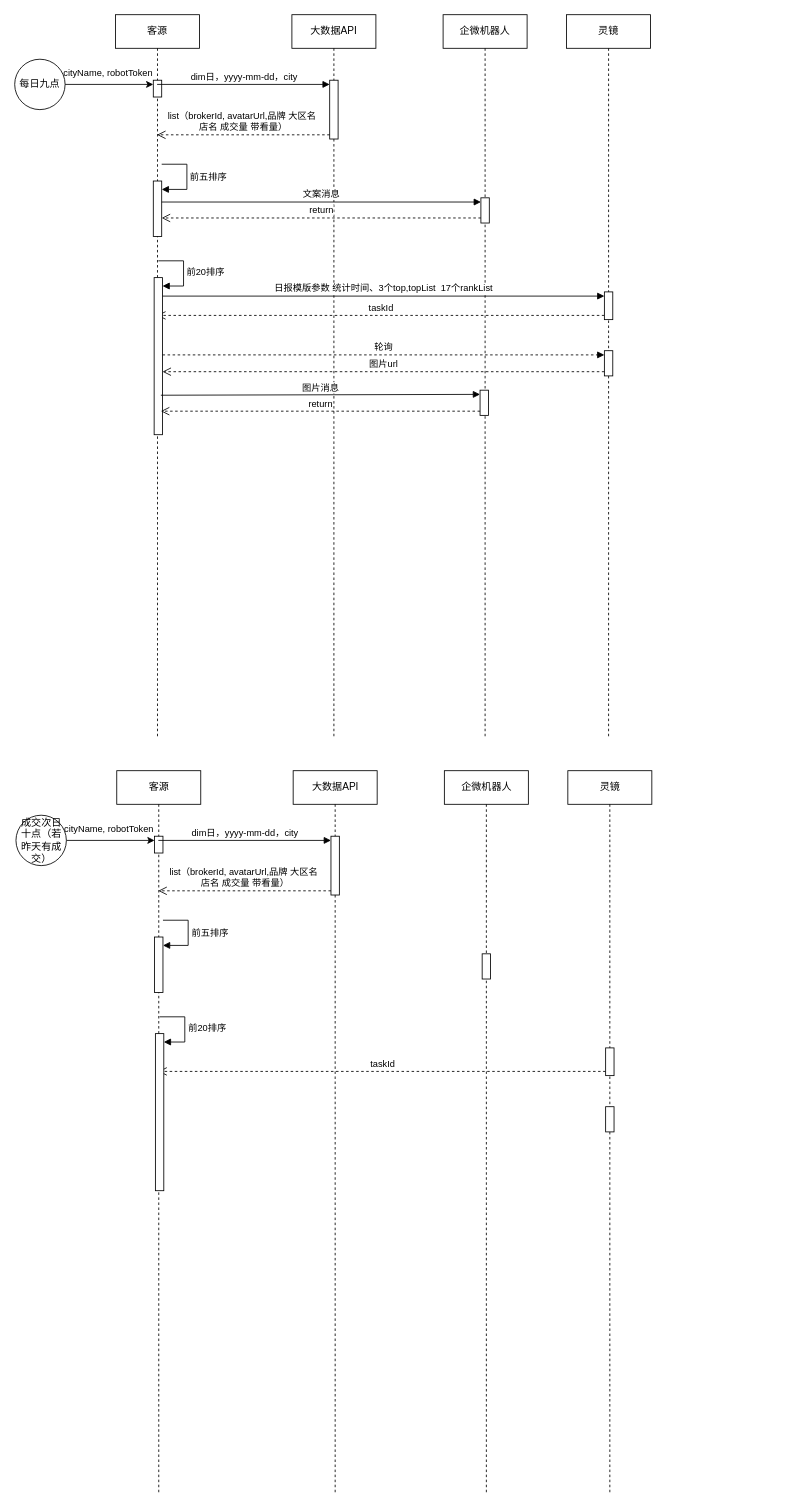
Before: 喜报迭代.drawio in SmellyTrotter/draw.io, a draw.io diagram. Source tidied: cells renumbered, new cells numbered last; positions are measured from the earlier drawing's top-left corner, leaving out a move shared by most shapes. Both pictures are drawn from the tidied source at 84%, with x=0, y=0 at pixel (14, 14).
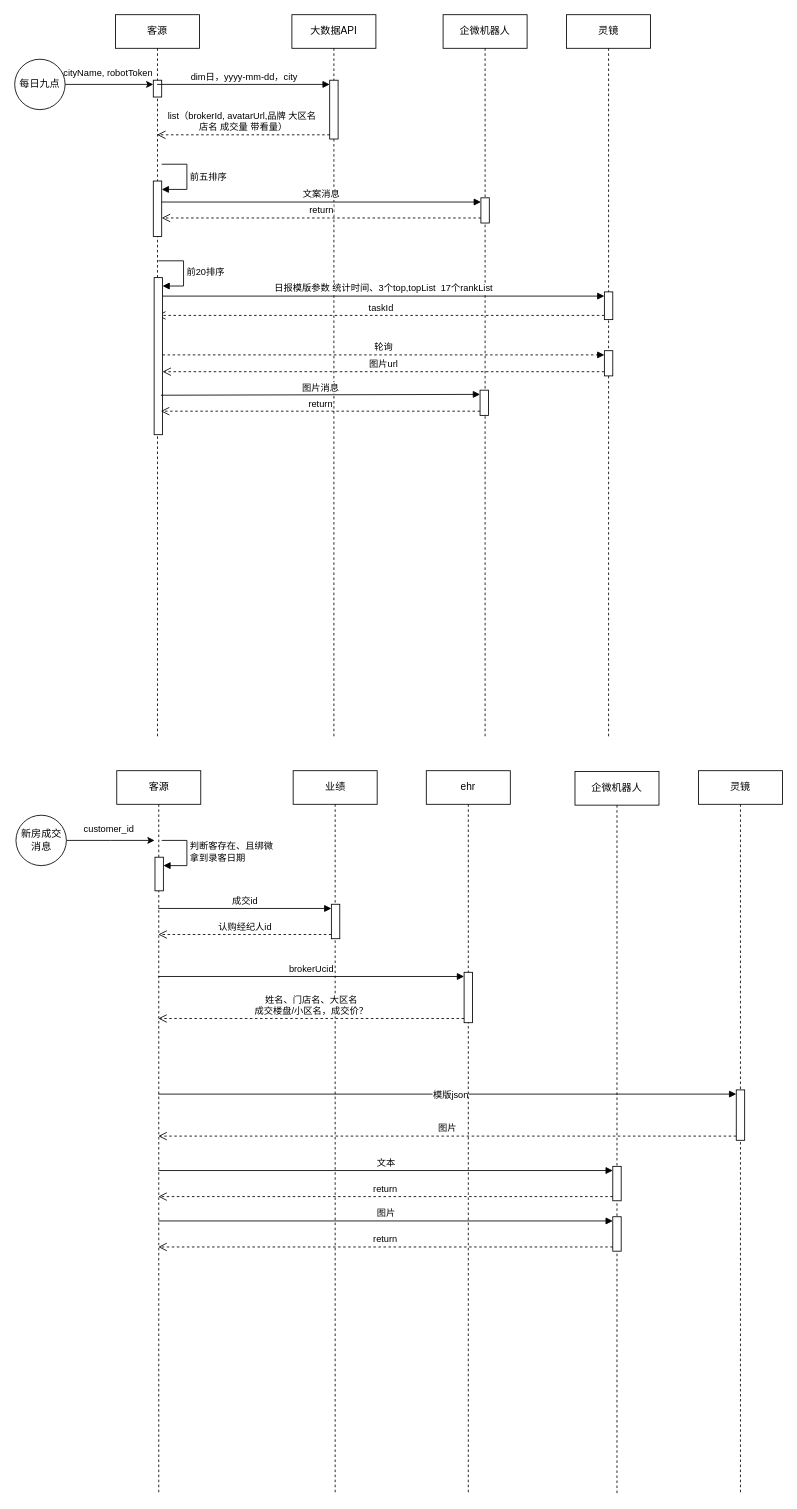
The same diagram, later.

Commit message:
更新喜报迭代.drawio

Unchanged cells that the change refers to:
```xml
<mxCell id="37" value="客源" style="shape=umlLifeline;perimeter=lifelinePerimeter;whiteSpace=wrap;html=1;outlineConnect=0;portConstraint=eastwest;newEdgeStyle={&quot;curved&quot;:0,&quot;rounded&quot;:0};" parent="1" vertex="1">
  <mxGeometry x="121.5" y="900" width="100" height="860" as="geometry" />
</mxCell>
```

What changed in the source:
```diff
@@
-    <mxCell id="29" style="edgeStyle=orthogonalEdgeStyle;rounded=0;jettySize=auto;html=1;entryX=0;entryY=0;entryDx=0;entryDy=5;entryPerimeter=0;" parent="1" edge="1" source="31" target="38">
-      <mxGeometry relative="1" as="geometry" />
+    <mxCell id="29" style="edgeStyle=orthogonalEdgeStyle;rounded=0;jettySize=auto;html=1;entryX=0;entryY=0;entryDx=0;entryDy=5;entryPerimeter=0;" parent="1" edge="1" source="31">
+      <mxGeometry relative="1" as="geometry">
+        <mxPoint x="166.5" y="983" as="targetPoint" />
+      </mxGeometry>
     </mxCell>
-    <mxCell id="30" value="cityName, robotToken" style="edgeLabel;html=1;align=center;verticalAlign=middle;" parent="29" vertex="1">
+    <mxCell id="30" value="customer_id" style="edgeLabel;html=1;align=center;verticalAlign=middle;" parent="29" vertex="1">
       <mxGeometry x="-0.47" relative="1" as="geometry">
         <mxPoint x="22" y="-15" as="offset" />
       </mxGeometry>
     </mxCell>
-    <mxCell id="31" value="成交次日十点（若昨天有成交）" style="ellipse;whiteSpace=wrap;html=1;" parent="1" vertex="1">
+    <mxCell id="31" value="新房成交消息" style="ellipse;whiteSpace=wrap;html=1;" parent="1" vertex="1">
       <mxGeometry x="1.5" y="953" width="60" height="60" as="geometry" />
     </mxCell>
-    <mxCell id="32" value="大数据API" style="shape=umlLifeline;perimeter=lifelinePerimeter;whiteSpace=wrap;html=1;newEdgeStyle={&quot;curved&quot;:0,&quot;rounded&quot;:0};" parent="1" vertex="1">
+    <mxCell id="32" value="业绩" style="shape=umlLifeline;perimeter=lifelinePerimeter;whiteSpace=wrap;html=1;newEdgeStyle={&quot;curved&quot;:0,&quot;rounded&quot;:0};" parent="1" vertex="1">
       <mxGeometry x="331.5" y="900" width="100" height="860" as="geometry" />
     </mxCell>
-    <mxCell id="33" style="html=1;points=[[0,0,0,0,5],[0,1,0,0,-5],[1,0,0,0,5],[1,1,0,0,-5]];perimeter=orthogonalPerimeter;outlineConnect=0;targetShapes=umlLifeline;portConstraint=eastwest;newEdgeStyle={&quot;curved&quot;:0,&quot;rounded&quot;:0};" parent="32" vertex="1">
-      <mxGeometry x="45" y="78" width="10" height="70" as="geometry" />
-    </mxCell>
+    <mxCell id="48" style="html=1;points=[[0,0,0,0,5],[0,1,0,0,-5],[1,0,0,0,5],[1,1,0,0,-5]];perimeter=orthogonalPerimeter;outlineConnect=0;targetShapes=umlLifeline;portConstraint=eastwest;newEdgeStyle={&quot;curved&quot;:0,&quot;rounded&quot;:0};" parent="32" vertex="1">
+      <mxGeometry x="45.5" y="159" width="10" height="41" as="geometry" />
+    </mxCell>
     <mxCell id="34" value="企微机器人" style="shape=umlLifeline;perimeter=lifelinePerimeter;whiteSpace=wrap;html=1;newEdgeStyle={&quot;curved&quot;:0,&quot;rounded&quot;:0};" parent="1" vertex="1">
-      <mxGeometry x="511.5" y="900" width="100" height="860" as="geometry" />
+      <mxGeometry x="667" y="901" width="100" height="860" as="geometry" />
     </mxCell>
-    <mxCell id="35" style="html=1;perimeter=orthogonalPerimeter;targetShapes=umlLifeline;newEdgeStyle={&quot;curved&quot;:0,&quot;rounded&quot;:0};" parent="34" vertex="1">
-      <mxGeometry x="45" y="218" width="10" height="30" as="geometry" />
-    </mxCell>
-    <mxCell id="36" value="taskId" style="html=1;verticalAlign=bottom;endArrow=open;dashed=1;endSize=8;curved=0;rounded=0;exitX=0;exitY=1;exitDx=0;exitDy=-5;" parent="34" edge="1" source="46">
-      <mxGeometry relative="1" as="geometry">
-        <mxPoint x="-340.5" y="358" as="targetPoint" />
-      </mxGeometry>
-    </mxCell>
@@
-    <mxCell id="38" style="html=1;points=[[0,0,0,0,5],[0,1,0,0,-5],[1,0,0,0,5],[1,1,0,0,-5]];perimeter=orthogonalPerimeter;outlineConnect=0;targetShapes=umlLifeline;portConstraint=eastwest;newEdgeStyle={&quot;curved&quot;:0,&quot;rounded&quot;:0};" parent="37" vertex="1">
-      <mxGeometry x="45" y="78" width="10" height="20" as="geometry" />
-    </mxCell>
-    <mxCell id="39" style="html=1;points=[[0,0,0,0,5],[0,1,0,0,-5],[1,0,0,0,5],[1,1,0,0,-5]];perimeter=orthogonalPerimeter;outlineConnect=0;targetShapes=umlLifeline;portConstraint=eastwest;newEdgeStyle={&quot;curved&quot;:0,&quot;rounded&quot;:0};" parent="37" vertex="1">
-      <mxGeometry x="45" y="198" width="10" height="66" as="geometry" />
-    </mxCell>
-    <mxCell id="40" value="前五排序" style="html=1;align=left;spacingLeft=2;endArrow=block;rounded=0;edgeStyle=orthogonalEdgeStyle;curved=0;rounded=0;" parent="37" edge="1" target="39">
-      <mxGeometry relative="1" as="geometry">
-        <mxPoint x="55" y="178" as="sourcePoint" />
-        <Array as="points">
-          <mxPoint x="85" y="208" />
-        </Array>
-      </mxGeometry>
-    </mxCell>
-    <mxCell id="41" style="html=1;points=[[0,0,0,0,5],[0,1,0,0,-5],[1,0,0,0,5],[1,1,0,0,-5]];perimeter=orthogonalPerimeter;outlineConnect=0;targetShapes=umlLifeline;portConstraint=eastwest;newEdgeStyle={&quot;curved&quot;:0,&quot;rounded&quot;:0};" parent="37" vertex="1">
-      <mxGeometry x="46" y="313" width="10" height="187" as="geometry" />
-    </mxCell>
-    <mxCell id="42" value="前20排序" style="html=1;align=left;spacingLeft=2;endArrow=block;rounded=0;edgeStyle=orthogonalEdgeStyle;curved=0;rounded=0;" parent="37" edge="1" target="41">
-      <mxGeometry relative="1" as="geometry">
-        <mxPoint x="51" y="293" as="sourcePoint" />
-        <Array as="points">
-          <mxPoint x="81" y="323" />
-        </Array>
-      </mxGeometry>
-    </mxCell>
-    <mxCell id="43" value="list（brokerId, avatarUrl,品牌 大区名&amp;nbsp;&lt;div&gt;店名 成交量 带看量）&lt;/div&gt;" style="html=1;verticalAlign=bottom;endArrow=open;dashed=1;endSize=8;curved=0;rounded=0;exitX=0;exitY=1;exitDx=0;exitDy=-5;" parent="1" edge="1" source="33">
-      <mxGeometry relative="1" as="geometry">
-        <mxPoint x="171" y="1043" as="targetPoint" />
-      </mxGeometry>
-    </mxCell>
-    <mxCell id="44" value="dim日，yyyy-mm-dd，city" style="html=1;verticalAlign=bottom;endArrow=block;curved=0;rounded=0;entryX=0;entryY=0;entryDx=0;entryDy=5;" parent="1" edge="1" target="33">
-      <mxGeometry relative="1" as="geometry">
-        <mxPoint x="171" y="983" as="sourcePoint" />
-      </mxGeometry>
-    </mxCell>
+    <mxCell id="49" style="html=1;points=[[0,0,0,0,5],[0,1,0,0,-5],[1,0,0,0,5],[1,1,0,0,-5]];perimeter=orthogonalPerimeter;outlineConnect=0;targetShapes=umlLifeline;portConstraint=eastwest;newEdgeStyle={&quot;curved&quot;:0,&quot;rounded&quot;:0};" parent="37" vertex="1">
+      <mxGeometry x="45.5" y="103" width="10" height="40" as="geometry" />
+    </mxCell>
+    <mxCell id="50" value="判断客存在、且绑微&lt;div&gt;拿到录客日期&lt;/div&gt;" style="html=1;align=left;spacingLeft=2;endArrow=block;rounded=0;edgeStyle=orthogonalEdgeStyle;curved=0;rounded=0;" parent="37" edge="1" target="49">
+      <mxGeometry relative="1" as="geometry">
+        <mxPoint x="53.5" y="83" as="sourcePoint" />
+        <Array as="points">
+          <mxPoint x="83.5" y="113" />
+        </Array>
+      </mxGeometry>
+    </mxCell>
     <mxCell id="45" value="灵镜" style="shape=umlLifeline;perimeter=lifelinePerimeter;whiteSpace=wrap;html=1;newEdgeStyle={&quot;curved&quot;:0,&quot;rounded&quot;:0};" parent="1" vertex="1">
-      <mxGeometry x="658.5" y="900" width="100" height="860" as="geometry" />
+      <mxGeometry x="814" y="900" width="100" height="860" as="geometry" />
     </mxCell>
-    <mxCell id="46" style="html=1;points=[[0,0,0,0,5],[0,1,0,0,-5],[1,0,0,0,5],[1,1,0,0,-5]];perimeter=orthogonalPerimeter;outlineConnect=0;targetShapes=umlLifeline;portConstraint=eastwest;newEdgeStyle={&quot;curved&quot;:0,&quot;rounded&quot;:0};" parent="45" vertex="1">
-      <mxGeometry x="45" y="330" width="10" height="33" as="geometry" />
-    </mxCell>
-    <mxCell id="47" style="html=1;perimeter=orthogonalPerimeter;targetShapes=umlLifeline;newEdgeStyle={&quot;curved&quot;:0,&quot;rounded&quot;:0};" parent="45" vertex="1">
-      <mxGeometry x="45" y="400" width="10" height="30" as="geometry" />
-    </mxCell>
+    <mxCell id="51" style="html=1;points=[[0,0,0,0,5],[0,1,0,0,-5],[1,0,0,0,5],[1,1,0,0,-5]];perimeter=orthogonalPerimeter;outlineConnect=0;targetShapes=umlLifeline;portConstraint=eastwest;newEdgeStyle={&quot;curved&quot;:0,&quot;rounded&quot;:0};" parent="45" vertex="1">
+      <mxGeometry x="45" y="380" width="10" height="60" as="geometry" />
+    </mxCell>
+    <mxCell id="52" value="成交id" style="html=1;verticalAlign=bottom;endArrow=block;curved=0;rounded=0;entryX=0;entryY=0;entryDx=0;entryDy=5;" parent="1" edge="1" source="37" target="48">
+      <mxGeometry relative="1" as="geometry" />
+    </mxCell>
+    <mxCell id="53" value="认购经纪人id" style="html=1;verticalAlign=bottom;endArrow=open;dashed=1;endSize=8;curved=0;rounded=0;exitX=0;exitY=1;exitDx=0;exitDy=-5;" parent="1" edge="1" source="48" target="37">
+      <mxGeometry relative="1" as="geometry" />
+    </mxCell>
+    <mxCell id="54" style="html=1;verticalAlign=bottom;endArrow=block;curved=0;rounded=0;entryX=0;entryY=0;entryDx=0;entryDy=5;" parent="1" edge="1" source="37" target="51">
+      <mxGeometry relative="1" as="geometry" />
+    </mxCell>
+    <mxCell id="55" value="模版json" style="edgeLabel;html=1;align=center;verticalAlign=middle;" parent="54" vertex="1">
+      <mxGeometry x="0.01" relative="1" as="geometry" />
+    </mxCell>
+    <mxCell id="56" value="图片" style="html=1;verticalAlign=bottom;endArrow=open;dashed=1;endSize=8;curved=0;rounded=0;exitX=0;exitY=1;exitDx=0;exitDy=-5;" parent="1" edge="1" source="51" target="37">
+      <mxGeometry relative="1" as="geometry" />
+    </mxCell>
+    <mxCell id="57" value="ehr" style="shape=umlLifeline;perimeter=lifelinePerimeter;whiteSpace=wrap;html=1;newEdgeStyle={&quot;curved&quot;:0,&quot;rounded&quot;:0};" parent="1" vertex="1">
+      <mxGeometry x="490" y="900" width="100" height="860" as="geometry" />
+    </mxCell>
+    <mxCell id="58" style="html=1;points=[[0,0,0,0,5],[0,1,0,0,-5],[1,0,0,0,5],[1,1,0,0,-5]];perimeter=orthogonalPerimeter;outlineConnect=0;targetShapes=umlLifeline;portConstraint=eastwest;newEdgeStyle={&quot;curved&quot;:0,&quot;rounded&quot;:0};" parent="57" vertex="1">
+      <mxGeometry x="45" y="240" width="10" height="60" as="geometry" />
+    </mxCell>
+    <mxCell id="59" value="brokerUcid" style="html=1;verticalAlign=bottom;endArrow=block;curved=0;rounded=0;entryX=0;entryY=0;entryDx=0;entryDy=5;" parent="1" edge="1" source="37" target="58">
+      <mxGeometry relative="1" as="geometry" />
+    </mxCell>
+    <mxCell id="60" value="姓名、门店名、大区名&lt;div&gt;成交楼盘/小区名，成交价？&lt;/div&gt;" style="html=1;verticalAlign=bottom;endArrow=open;dashed=1;endSize=8;curved=0;rounded=0;exitX=0;exitY=1;exitDx=0;exitDy=-5;" parent="1" edge="1" source="58" target="37">
+      <mxGeometry relative="1" as="geometry" />
+    </mxCell>
+    <mxCell id="61" style="html=1;points=[[0,0,0,0,5],[0,1,0,0,-5],[1,0,0,0,5],[1,1,0,0,-5]];perimeter=orthogonalPerimeter;outlineConnect=0;targetShapes=umlLifeline;portConstraint=eastwest;newEdgeStyle={&quot;curved&quot;:0,&quot;rounded&quot;:0};" parent="1" vertex="1">
+      <mxGeometry x="712" y="1371" width="10" height="41" as="geometry" />
+    </mxCell>
+    <mxCell id="62" style="html=1;points=[[0,0,0,0,5],[0,1,0,0,-5],[1,0,0,0,5],[1,1,0,0,-5]];perimeter=orthogonalPerimeter;outlineConnect=0;targetShapes=umlLifeline;portConstraint=eastwest;newEdgeStyle={&quot;curved&quot;:0,&quot;rounded&quot;:0};" parent="1" vertex="1">
+      <mxGeometry x="712" y="1431" width="10" height="41" as="geometry" />
+    </mxCell>
+    <mxCell id="63" value="文本" style="html=1;verticalAlign=bottom;endArrow=block;curved=0;rounded=0;entryX=0;entryY=0;entryDx=0;entryDy=5;" parent="1" edge="1" target="61">
+      <mxGeometry relative="1" as="geometry">
+        <mxPoint x="171" y="1376" as="sourcePoint" />
+      </mxGeometry>
+    </mxCell>
+    <mxCell id="64" value="return" style="html=1;verticalAlign=bottom;endArrow=open;dashed=1;endSize=8;curved=0;rounded=0;exitX=0;exitY=1;exitDx=0;exitDy=-5;" parent="1" edge="1" source="61">
+      <mxGeometry relative="1" as="geometry">
+        <mxPoint x="171" y="1407" as="targetPoint" />
+      </mxGeometry>
+    </mxCell>
+    <mxCell id="65" value="图片" style="html=1;verticalAlign=bottom;endArrow=block;curved=0;rounded=0;entryX=0;entryY=0;entryDx=0;entryDy=5;" parent="1" edge="1" target="62">
+      <mxGeometry relative="1" as="geometry">
+        <mxPoint x="171" y="1436" as="sourcePoint" />
+      </mxGeometry>
+    </mxCell>
+    <mxCell id="66" value="return" style="html=1;verticalAlign=bottom;endArrow=open;dashed=1;endSize=8;curved=0;rounded=0;exitX=0;exitY=1;exitDx=0;exitDy=-5;" parent="1" edge="1" source="62">
+      <mxGeometry relative="1" as="geometry">
+        <mxPoint x="171" y="1467" as="targetPoint" />
+      </mxGeometry>
+    </mxCell>
```
